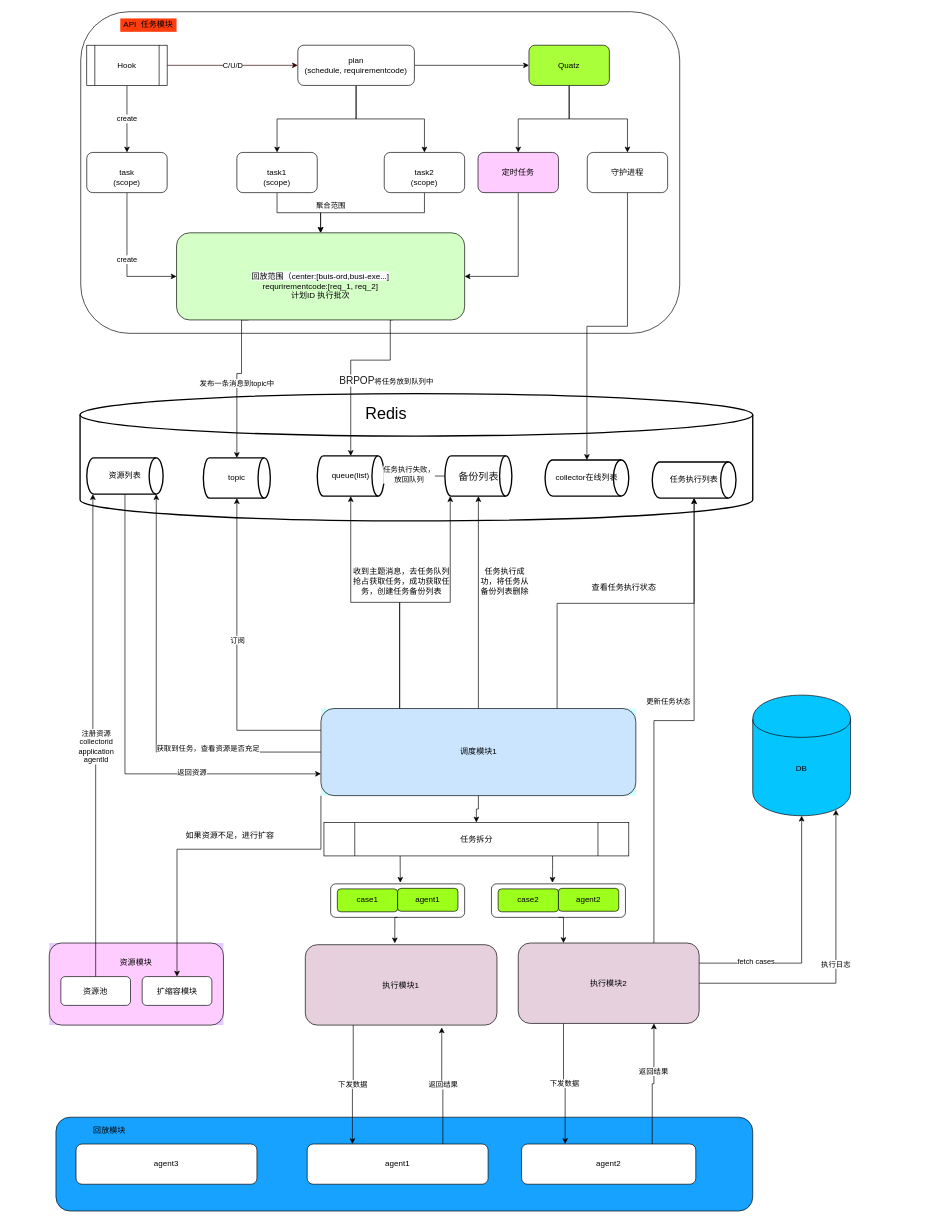
The draw.io diagram 调度管理.drawio in mayi295940/diagrams, before the edit. Source tidied: cells renumbered, new cells numbered last; positions are measured from the earlier drawing's top-left corner, leaving out a move shared by most shapes. Both pictures are drawn from the tidied source at 67%, with x=0, y=0 at pixel (49, 11).
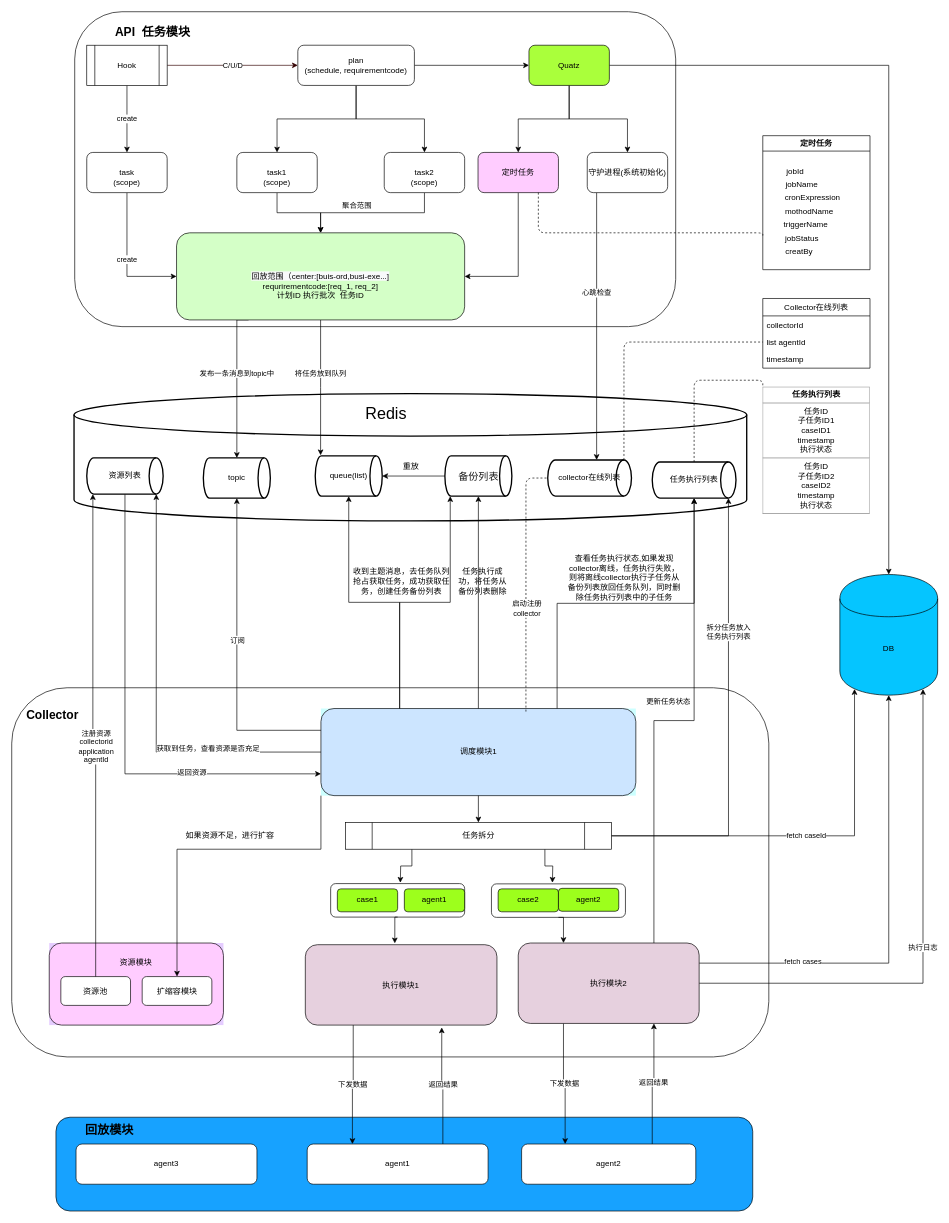
After the change.

Commit message:
更新调度管理.drawio

Unchanged cells that the change refers to:
```xml
<mxCell id="11" style="edgeStyle=orthogonalEdgeStyle;rounded=0;jettySize=auto;html=1;exitX=0.5;exitY=1;exitDx=0;exitDy=0;entryX=0.5;entryY=0;entryDx=0;entryDy=0;" parent="1" edge="1" source="13" target="16">
  <mxGeometry relative="1" as="geometry" />
</mxCell>
<mxCell id="22" value="Quatz" style="rounded=1;whiteSpace=wrap;html=1;fillColor=#AAFF3B;" parent="1" vertex="1">
  <mxGeometry x="716" y="50" width="120" height="60" as="geometry" />
</mxCell>
<mxCell id="40" value="定时任务" style="rounded=1;whiteSpace=wrap;html=1;fillColor=#FFCCFF;" parent="1" vertex="1">
  <mxGeometry x="640" y="210" width="120" height="60" as="geometry" />
</mxCell>
<mxCell id="41" value="topic" style="strokeWidth=2;html=1;shape=mxgraph.flowchart.direct_data;whiteSpace=wrap;fillColor=#FFFFFF;" parent="1" vertex="1">
  <mxGeometry x="230" y="666" width="100" height="60" as="geometry" />
</mxCell>
<mxCell id="44" value="调度模块1" style="rounded=1;whiteSpace=wrap;html=1;fillColor=#CCE5FF;" parent="43" vertex="1">
  <mxGeometry width="470" height="130" as="geometry" />
</mxCell>
<mxCell id="45" style="edgeStyle=orthogonalEdgeStyle;rounded=0;jettySize=auto;html=1;exitX=0;exitY=0.5;exitDx=0;exitDy=0;exitPerimeter=0;entryX=1;entryY=0.5;entryDx=0;entryDy=0;entryPerimeter=0;" parent="1" edge="1" source="47" target="42">
  <mxGeometry relative="1" as="geometry" />
</mxCell>
<mxCell id="48" value="任务执行列表" style="strokeWidth=2;html=1;shape=mxgraph.flowchart.direct_data;whiteSpace=wrap;fillColor=#FFFFFF;" parent="1" vertex="1">
  <mxGeometry x="900" y="672" width="125" height="54" as="geometry" />
</mxCell>
<mxCell id="52" style="group;" parent="1" vertex="1">
  <mxGeometry x="420" y="1301.7" width="200" height="50" as="geometry" />
</mxCell>
<mxCell id="82" style="edgeStyle=orthogonalEdgeStyle;rounded=0;jettySize=auto;html=1;exitX=0.75;exitY=0;exitDx=0;exitDy=0;entryX=0.75;entryY=1;entryDx=0;entryDy=0;" parent="1" edge="1" source="84" target="32">
  <mxGeometry relative="1" as="geometry" />
</mxCell>
```

Diff of the diagram source:
```diff
@@
+    <mxCell id="94" value="Collector在线列表" style="swimlane;fontStyle=0;horizontal=1;startSize=26;fillColor=none;" parent="1" vertex="1">
+      <mxGeometry x="1065" y="428" width="160" height="104" as="geometry" />
+    </mxCell>
+    <mxCell id="95" value="collectorId" style="text;strokeColor=none;fillColor=none;align=left;verticalAlign=top;spacingLeft=4;spacingRight=4;overflow=hidden;" parent="94" vertex="1">
+      <mxGeometry y="26" width="160" height="26" as="geometry" />
+    </mxCell>
+    <mxCell id="96" value="list agentId" style="text;strokeColor=none;fillColor=none;align=left;verticalAlign=top;spacingLeft=4;spacingRight=4;overflow=hidden;points=[[0,0.5],[1,0.5]];portConstraint=eastwest;" parent="94" vertex="1">
+      <mxGeometry y="52" width="160" height="26" as="geometry" />
+    </mxCell>
+    <mxCell id="97" value="timestamp&#10;" style="text;strokeColor=none;fillColor=none;align=left;verticalAlign=top;spacingLeft=4;spacingRight=4;overflow=hidden;" parent="94" vertex="1">
+      <mxGeometry y="78" width="160" height="26" as="geometry" />
+    </mxCell>
+    <mxCell id="98" style="rounded=1;whiteSpace=wrap;html=1;" parent="1" vertex="1">
+      <mxGeometry x="-56" y="1009" width="1130" height="551" as="geometry" />
+    </mxCell>
@@
     <mxCell id="3" style="strokeWidth=2;html=1;shape=mxgraph.flowchart.database;whiteSpace=wrap;fillColor=#FFFFFF;" parent="1" vertex="1">
-      <mxGeometry x="46" y="570" width="1004" height="190" as="geometry" />
+      <mxGeometry x="37" y="570" width="1004" height="190" as="geometry" />
     </mxCell>
     <mxCell id="4" style="rounded=1;whiteSpace=wrap;html=1;fillColor=#FFFFFF;" parent="1" vertex="1">
-      <mxGeometry x="47" width="894" height="480" as="geometry" />
+      <mxGeometry x="38" width="897" height="470" as="geometry" />
     </mxCell>
@@
     <mxCell id="12" value="聚合范围" style="edgeLabel;html=1;align=center;verticalAlign=middle;" parent="11" vertex="1">
       <mxGeometry x="0.63" y="-6" relative="1" as="geometry">
-        <mxPoint x="4" y="-6" as="offset" />
+        <mxPoint x="43" y="-6" as="offset" />
       </mxGeometry>
     </mxCell>
@@
     <mxCell id="14" value="发布一条消息到topic中" style="edgeStyle=orthogonalEdgeStyle;rounded=0;jettySize=auto;html=1;exitX=0.25;exitY=1;exitDx=0;exitDy=0;entryX=0.5;entryY=0;entryDx=0;entryDy=0;entryPerimeter=0;" parent="1" edge="1" source="16" target="41">
-      <mxGeometry relative="1" as="geometry">
+      <mxGeometry x="-0.13" relative="1" as="geometry">
         <Array as="points">
-          <mxPoint x="287" y="540" />
-          <mxPoint x="280" y="540" />
+          <mxPoint x="280" y="460" />
         </Array>
       </mxGeometry>
     </mxCell>
-    <mxCell id="15" value="&lt;span style=&quot;color: rgb(26 , 26 , 26) ; font-family: , &amp;#34;blinkmacsystemfont&amp;#34; , &amp;#34;helvetica neue&amp;#34; , &amp;#34;pingfang sc&amp;#34; , &amp;#34;microsoft yahei&amp;#34; , &amp;#34;source han sans sc&amp;#34; , &amp;#34;noto sans cjk sc&amp;#34; , &amp;#34;wenquanyi micro hei&amp;#34; , sans-serif ; font-size: 15px&quot;&gt;BRPOP&lt;/span&gt;将任务放到队列中" style="edgeStyle=orthogonalEdgeStyle;rounded=0;jettySize=auto;html=1;exitX=0.75;exitY=1;exitDx=0;exitDy=0;entryX=0.5;entryY=0;entryDx=0;entryDy=0;entryPerimeter=0;" parent="1" edge="1" source="16" target="42">
-      <mxGeometry x="-0.47" y="30" relative="1" as="geometry">
-        <Array as="points">
-          <mxPoint x="509" y="520" />
-          <mxPoint x="450" y="520" />
-        </Array>
-      </mxGeometry>
-    </mxCell>
+    <mxCell id="99" value="将任务放到队列" style="edgeStyle=elbowEdgeStyle;rounded=0;orthogonalLoop=1;jettySize=auto;elbow=vertical;html=1;exitX=0.5;exitY=1;exitDx=0;exitDy=0;entryX=0.08;entryY=0;entryDx=0;entryDy=0;entryPerimeter=0;fillColor=#A1FF14;" parent="1" edge="1">
+      <mxGeometry y="21" relative="1" as="geometry">
+        <mxPoint x="405" y="459" as="sourcePoint" />
+        <mxPoint x="405" y="662" as="targetPoint" />
+        <mxPoint x="-21" y="-21" as="offset" />
+      </mxGeometry>
+    </mxCell>
-    <mxCell id="16" value="&lt;br&gt;&lt;br&gt;&lt;span style=&quot;color: rgb(0 , 0 , 0) ; font-family: &amp;#34;helvetica&amp;#34; ; font-size: 12px ; font-style: normal ; font-weight: 400 ; letter-spacing: normal ; text-align: center ; text-indent: 0px ; text-transform: none ; word-spacing: 0px ; background-color: rgb(248 , 249 , 250) ; float: none ; display: inline&quot;&gt;回放范围（center:[buis-ord,busi-exe...]&lt;/span&gt;&lt;br&gt;requrirementcode:[req_1, req_2]&lt;br&gt;计划ID 执行批次" style="rounded=1;whiteSpace=wrap;html=1;fillColor=#D4FFC7;" parent="1" vertex="1">
+    <mxCell id="16" value="&lt;br&gt;&lt;br&gt;&lt;span style=&quot;color: rgb(0 , 0 , 0) ; font-family: &amp;#34;helvetica&amp;#34; ; font-size: 12px ; font-style: normal ; font-weight: 400 ; letter-spacing: normal ; text-align: center ; text-indent: 0px ; text-transform: none ; word-spacing: 0px ; background-color: rgb(248 , 249 , 250) ; float: none ; display: inline&quot;&gt;回放范围（center:[buis-ord,busi-exe...]&lt;/span&gt;&lt;br&gt;requrirementcode:[req_1, req_2]&lt;br&gt;计划ID 执行批次&amp;nbsp; 任务ID" style="rounded=1;whiteSpace=wrap;html=1;fillColor=#D4FFC7;" parent="1" vertex="1">
       <mxGeometry x="190" y="330" width="430" height="130" as="geometry" />
     </mxCell>
@@
+    <mxCell id="100" style="edgeStyle=orthogonalEdgeStyle;rounded=0;jettySize=auto;html=1;exitX=1;exitY=0.5;exitDx=0;exitDy=0;" parent="1" edge="1" source="22" target="25">
+      <mxGeometry relative="1" as="geometry" />
+    </mxCell>
@@
-    <mxCell id="23" style="edgeStyle=orthogonalEdgeStyle;rounded=0;jettySize=auto;html=1;exitX=0.5;exitY=1;exitDx=0;exitDy=0;" parent="1" edge="1" source="24" target="62">
-      <mxGeometry relative="1" as="geometry" />
+    <mxCell id="23" value="心跳检查" style="edgeStyle=elbowEdgeStyle;rounded=0;orthogonalLoop=1;jettySize=auto;html=1;exitX=0.5;exitY=1;exitDx=0;exitDy=0;" parent="1" edge="1">
+      <mxGeometry y="-49" relative="1" as="geometry">
+        <mxPoint x="817" y="270" as="sourcePoint" />
+        <mxPoint x="817" y="669" as="targetPoint" />
+        <mxPoint x="49" y="-50" as="offset" />
+      </mxGeometry>
     </mxCell>
-    <mxCell id="24" value="守护进程" style="rounded=1;whiteSpace=wrap;html=1;" parent="1" vertex="1">
+    <mxCell id="24" value="守护进程(系统初始化)" style="rounded=1;whiteSpace=wrap;html=1;" parent="1" vertex="1">
       <mxGeometry x="803" y="210" width="120" height="60" as="geometry" />
     </mxCell>
     <mxCell id="25" value="DB" style="shape=cylinder;whiteSpace=wrap;html=1;boundedLbl=1;backgroundOutline=1;fillColor=#05C5FF;" parent="1" vertex="1">
-      <mxGeometry x="1050" y="1020" width="146" height="180" as="geometry" />
+      <mxGeometry x="1180" y="840" width="146" height="180" as="geometry" />
     </mxCell>
@@
-    <mxCell id="38" value="API&amp;nbsp; 任务模块" style="text;html=1;strokeColor=none;fillColor=#FF3D0D;align=center;verticalAlign=middle;whiteSpace=wrap;rounded=0;" parent="1" vertex="1">
-      <mxGeometry x="106" y="10" width="84" height="20" as="geometry" />
+    <mxCell id="38" value="&lt;font style=&quot;font-size: 18px&quot;&gt;&lt;b&gt;API&amp;nbsp; 任务模块&lt;/b&gt;&lt;/font&gt;" style="text;html=1;strokeColor=none;fillColor=#FFFFFF;align=center;verticalAlign=middle;whiteSpace=wrap;rounded=0;" parent="1" vertex="1">
+      <mxGeometry x="95" y="20" width="119" height="20" as="geometry" />
     </mxCell>
@@
     <mxCell id="42" value="queue(list)" style="strokeWidth=2;html=1;shape=mxgraph.flowchart.direct_data;whiteSpace=wrap;fillColor=#FFFFFF;" parent="1" vertex="1">
-      <mxGeometry x="400" y="663" width="100" height="60" as="geometry" />
+      <mxGeometry x="397" y="663" width="100" height="60" as="geometry" />
     </mxCell>
@@
-    <mxCell id="46" value="任务执行失败，&lt;br&gt;放回队列" style="edgeLabel;html=1;align=center;verticalAlign=middle;" parent="45" vertex="1">
-      <mxGeometry x="0.19" y="-3" relative="1" as="geometry" />
-    </mxCell>
@@
     <mxCell id="53" style="rounded=1;whiteSpace=wrap;html=1;fillColor=#FFFFFF;" parent="52" vertex="1">
-      <mxGeometry width="200" height="50" as="geometry" />
+      <mxGeometry y="-0.4" width="200" height="50" as="geometry" />
     </mxCell>
@@
     <mxCell id="55" value="agent1" style="rounded=1;whiteSpace=wrap;html=1;fillColor=#9DFF1C;" parent="52" vertex="1">
-      <mxGeometry x="100" y="6.7" width="90" height="34.2" as="geometry" />
+      <mxGeometry x="110" y="7.5" width="90" height="34.2" as="geometry" />
     </mxCell>
@@
     <mxCell id="62" value="collector在线列表" style="strokeWidth=2;html=1;shape=mxgraph.flowchart.direct_data;whiteSpace=wrap;fillColor=#FFFFFF;" parent="1" vertex="1">
-      <mxGeometry x="740" y="669" width="125" height="54" as="geometry" />
+      <mxGeometry x="744" y="669" width="125" height="54" as="geometry" />
     </mxCell>
     <mxCell id="63" value="任务执行成功，将任务从备份列表删除" style="text;html=1;strokeColor=none;fillColor=none;align=center;verticalAlign=middle;whiteSpace=wrap;rounded=0;" parent="1" vertex="1">
-      <mxGeometry x="640" y="840" width="80" height="20" as="geometry" />
+      <mxGeometry x="607" y="840" width="80" height="20" as="geometry" />
     </mxCell>
@@
-    <mxCell id="67" value="查看任务执行状态" style="text;html=1;strokeColor=none;fillColor=none;align=center;verticalAlign=middle;whiteSpace=wrap;rounded=0;" parent="1" vertex="1">
-      <mxGeometry x="803" y="850" width="110" height="20" as="geometry" />
+    <mxCell id="67" value="查看任务执行状态,如果发现collector离线，任务执行失败，则将离线collector执行子任务从备份列表放回任务队列，同时删除任务执行列表中的子任务" style="text;html=1;strokeColor=none;fillColor=none;align=center;verticalAlign=middle;whiteSpace=wrap;rounded=0;" parent="1" vertex="1">
+      <mxGeometry x="772" y="835" width="173" height="20" as="geometry" />
     </mxCell>
@@
     <mxCell id="83" value="返回结果" style="edgeLabel;html=1;align=center;verticalAlign=middle;" parent="82" vertex="1">
       <mxGeometry x="0.23" y="1" relative="1" as="geometry">
-        <mxPoint y="1" as="offset" />
+        <mxPoint y="17" as="offset" />
       </mxGeometry>
     </mxCell>
@@
-    <mxCell id="86" value="回放模块" style="text;html=1;strokeColor=none;fillColor=none;align=center;verticalAlign=middle;whiteSpace=wrap;rounded=0;" parent="1" vertex="1">
+    <mxCell id="86" value="&lt;font style=&quot;font-size: 18px&quot;&gt;&lt;b&gt;回放模块&lt;/b&gt;&lt;/font&gt;" style="text;html=1;strokeColor=none;fillColor=none;align=center;verticalAlign=middle;whiteSpace=wrap;rounded=0;" parent="1" vertex="1">
       <mxGeometry x="40" y="1660" width="100" height="20" as="geometry" />
     </mxCell>
@@
+    <mxCell id="101" value="fetch caseId" style="edgeStyle=orthogonalEdgeStyle;rounded=0;jettySize=auto;html=1;exitX=1;exitY=0.5;exitDx=0;exitDy=0;entryX=0.15;entryY=0.95;entryDx=0;entryDy=0;entryPerimeter=0;" parent="1" edge="1" source="91" target="25">
+      <mxGeometry relative="1" as="geometry" />
+    </mxCell>
+    <mxCell id="102" style="edgeStyle=orthogonalEdgeStyle;rounded=0;jettySize=auto;html=1;exitX=1;exitY=0.5;exitDx=0;exitDy=0;entryX=0.91;entryY=1;entryDx=0;entryDy=0;entryPerimeter=0;" parent="1" edge="1" source="91" target="48">
+      <mxGeometry relative="1" as="geometry" />
+    </mxCell>
+    <mxCell id="103" value="拆分任务放入&lt;br&gt;任务执行列表" style="edgeLabel;html=1;align=center;verticalAlign=middle;" parent="102" vertex="1">
+      <mxGeometry x="0.41" relative="1" as="geometry" />
+    </mxCell>
     <mxCell id="91" value="任务拆分" style="shape=process;whiteSpace=wrap;html=1;backgroundOutline=1;fillColor=#FFFFFF;" parent="1" vertex="1">
-      <mxGeometry x="410" y="1210" width="455" height="50" as="geometry" />
+      <mxGeometry x="442" y="1210" width="397" height="40" as="geometry" />
     </mxCell>
@@
+    <mxCell id="104" value="重放" style="text;html=1;strokeColor=none;fillColor=none;align=center;verticalAlign=middle;whiteSpace=wrap;rounded=0;" parent="1" vertex="1">
+      <mxGeometry x="520" y="669" width="40" height="20" as="geometry" />
+    </mxCell>
+    <mxCell id="105" value="&lt;font style=&quot;font-size: 18px&quot;&gt;&lt;b&gt;Collector&lt;/b&gt;&lt;/font&gt;" style="text;html=1;strokeColor=none;fillColor=none;align=center;verticalAlign=middle;whiteSpace=wrap;rounded=0;" parent="1" vertex="1">
+      <mxGeometry x="-15" y="1040" width="40" height="20" as="geometry" />
+    </mxCell>
+    <mxCell id="106" value="&lt;table border=&quot;1&quot; width=&quot;100%&quot; cellpadding=&quot;4&quot; style=&quot;width: 100% ; height: 100% ; border-collapse: collapse&quot;&gt;&lt;tbody&gt;&lt;tr&gt;&lt;th align=&quot;center&quot;&gt;任务执行列表&lt;/th&gt;&lt;/tr&gt;&lt;tr&gt;&lt;td align=&quot;center&quot;&gt;任务ID&lt;br&gt;子任务ID1&lt;br&gt;caseID1&lt;br&gt;timestamp&lt;br&gt;执行状态&lt;/td&gt;&lt;/tr&gt;&lt;tr&gt;&lt;td align=&quot;center&quot;&gt;任务ID&lt;br&gt;子任务ID2&lt;br&gt;caseID2&lt;br&gt;timestamp&lt;br&gt;执行状态&lt;br&gt;&lt;/td&gt;&lt;/tr&gt;&lt;/tbody&gt;&lt;/table&gt;" style="text;html=1;strokeColor=none;fillColor=none;overflow=fill;" parent="1" vertex="1">
+      <mxGeometry x="1065" y="560" width="160" height="190" as="geometry" />
+    </mxCell>
+    <mxCell id="107" value="定时任务" style="swimlane;fillColor=#FFFFFF;" parent="1" vertex="1">
+      <mxGeometry x="1065" y="185" width="160" height="200" as="geometry" />
+    </mxCell>
+    <mxCell id="108" value="jobId" style="text;html=1;align=center;verticalAlign=middle;" parent="107" vertex="1">
+      <mxGeometry x="28" y="43" width="40" height="20" as="geometry" />
+    </mxCell>
+    <mxCell id="109" value="cronExpression" style="text;html=1;align=center;verticalAlign=middle;" parent="107" vertex="1">
+      <mxGeometry x="24" y="83" width="100" height="20" as="geometry" />
+    </mxCell>
+    <mxCell id="110" value="mothodName" style="text;html=1;align=center;verticalAlign=middle;" parent="107" vertex="1">
+      <mxGeometry x="24" y="103" width="90" height="20" as="geometry" />
+    </mxCell>
+    <mxCell id="111" value="triggerName" style="text;html=1;align=center;verticalAlign=middle;" parent="107" vertex="1">
+      <mxGeometry x="24" y="123" width="80" height="20" as="geometry" />
+    </mxCell>
+    <mxCell id="112" value="jobName" style="text;html=1;align=center;verticalAlign=middle;" parent="107" vertex="1">
+      <mxGeometry x="28" y="63" width="60" height="20" as="geometry" />
+    </mxCell>
+    <mxCell id="113" value="jobStatus" style="text;html=1;align=center;verticalAlign=middle;" parent="107" vertex="1">
+      <mxGeometry x="23" y="143" width="70" height="20" as="geometry" />
+    </mxCell>
+    <mxCell id="114" value="creatBy" style="text;html=1;align=center;verticalAlign=middle;" parent="107" vertex="1">
+      <mxGeometry x="24" y="163" width="60" height="20" as="geometry" />
+    </mxCell>
+    <mxCell id="115" style="endArrow=none;dashed=1;html=1;fillColor=#A1FF14;entryX=0;entryY=0.5;entryDx=0;entryDy=0;exitX=0.91;exitY=0;exitDx=0;exitDy=0;exitPerimeter=0;edgeStyle=orthogonalEdgeStyle;elbow=vertical;" parent="1" edge="1" source="62" target="96">
+      <mxGeometry relative="1" as="geometry" />
+    </mxCell>
+    <mxCell id="116" style="endArrow=none;dashed=1;html=1;fillColor=#A1FF14;exitX=0.5;exitY=0;exitDx=0;exitDy=0;exitPerimeter=0;entryX=0;entryY=0;entryDx=0;entryDy=0;edgeStyle=orthogonalEdgeStyle;" parent="1" edge="1" source="48" target="106">
+      <mxGeometry relative="1" as="geometry" />
+    </mxCell>
+    <mxCell id="117" style="endArrow=none;dashed=1;html=1;fillColor=#A1FF14;exitX=0.75;exitY=1;exitDx=0;exitDy=0;edgeStyle=elbowEdgeStyle;elbow=vertical;entryX=0;entryY=0.75;entryDx=0;entryDy=0;" parent="1" edge="1" source="40" target="107">
+      <mxGeometry relative="1" as="geometry">
+        <Array as="points">
+          <mxPoint x="965" y="330" />
+        </Array>
+      </mxGeometry>
+    </mxCell>
+    <mxCell id="118" style="endArrow=none;dashed=1;html=1;fillColor=#A1FF14;exitX=0.651;exitY=0.035;exitDx=0;exitDy=0;exitPerimeter=0;entryX=0;entryY=0.5;entryDx=0;entryDy=0;entryPerimeter=0;edgeStyle=orthogonalEdgeStyle;" parent="1" edge="1" source="44" target="62">
+      <mxGeometry relative="1" as="geometry" />
+    </mxCell>
+    <mxCell id="119" value="启动注册&lt;br&gt;collector" style="edgeLabel;html=1;align=center;verticalAlign=middle;" parent="118" vertex="1">
+      <mxGeometry x="-0.19" y="-1" relative="1" as="geometry" />
+    </mxCell>
```
